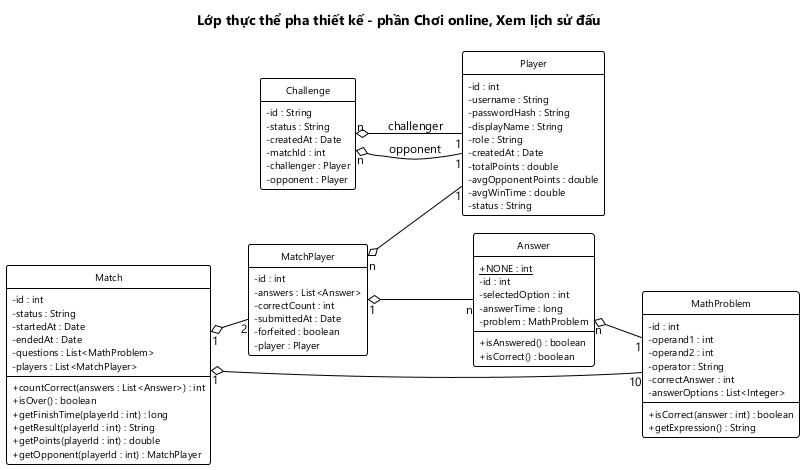
Earlier version of the PlantUML export docs/hung/lop-thuc-the-hung.png (HungNguyenBa1811/math-dash).
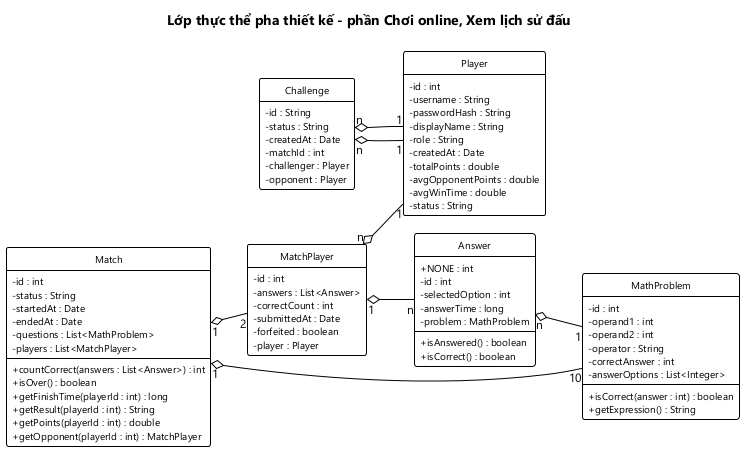
The same file after the commit.

What changed in the source:
```diff
@@ -72,7 +72,7 @@
   - player : Player
 }
 class Answer {
-  + {static} NONE : int
+  + NONE : int
   - id : int
   - selectedOption : int
   - answerTime : long
@@ -81,8 +81,8 @@
   + isCorrect() : boolean
 }
 
-Challenge "n" o-- "1" Player : challenger
-Challenge "n" o-- "1" Player : opponent
+Challenge "n" o-- "1" Player
+Challenge "n" o-- "1" Player
 Match "1" o-- "2" MatchPlayer
 MatchPlayer "n" o-- "1" Player
 Match "1" o-- "10" MathProblem
```
